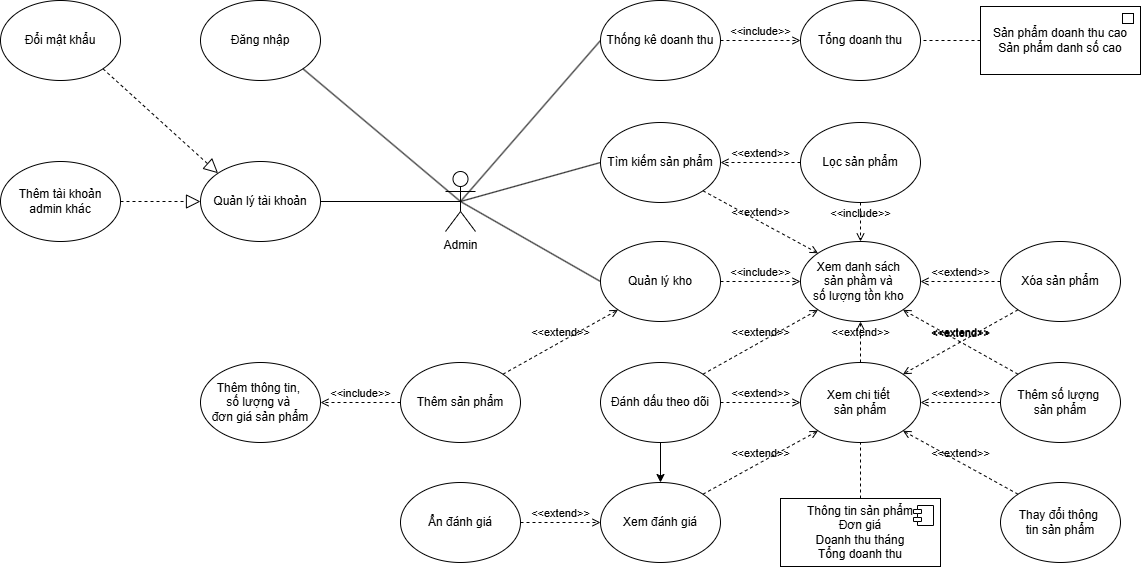
The draw.io diagram SRS/usecase admin website bán hàng.drawio.png in 1tra2016/Basic-project-semester-2-2024-group-1-laptop-and-pc-shop, before a commit. Source tidied: cells renumbered, new cells last; positions are measured from the earlier drawing's top-left corner, leaving out a move shared by most shapes. Source of this version:
```xml
<mxGraphModel>
  <root>
    <mxCell id="0" />
    <mxCell id="1" parent="0" />
    <mxCell id="2" value="Admin&lt;div&gt;&lt;br&gt;&lt;/div&gt;" style="shape=umlActor;verticalLabelPosition=bottom;verticalAlign=top;html=1;outlineConnect=0;" parent="1" vertex="1">
      <mxGeometry x="445" y="171" width="30" height="60" as="geometry" />
    </mxCell>
    <mxCell id="3" value="Xem danh sách&amp;nbsp;&lt;div&gt;sản&amp;nbsp;&lt;span style=&quot;background-color: transparent; color: light-dark(rgb(0, 0, 0), rgb(255, 255, 255));&quot;&gt;phầm và&amp;nbsp;&lt;/span&gt;&lt;/div&gt;&lt;div&gt;&lt;span style=&quot;background-color: transparent; color: light-dark(rgb(0, 0, 0), rgb(255, 255, 255));&quot;&gt;số lượng tồn kho&amp;nbsp;&lt;/span&gt;&lt;/div&gt;" style="ellipse;whiteSpace=wrap;html=1;" parent="1" vertex="1">
      <mxGeometry x="800" y="241" width="120" height="80" as="geometry" />
    </mxCell>
    <mxCell id="4" value="Xem chi tiết&amp;nbsp;&lt;div&gt;sản phẩm&lt;/div&gt;" style="ellipse;whiteSpace=wrap;html=1;" parent="1" vertex="1">
      <mxGeometry x="800" y="362" width="120" height="80" as="geometry" />
    </mxCell>
    <mxCell id="5" value="Tìm kiếm sản phẩm" style="ellipse;whiteSpace=wrap;html=1;" parent="1" vertex="1">
      <mxGeometry x="600" y="122" width="120" height="80" as="geometry" />
    </mxCell>
    <mxCell id="6" value="&amp;lt;&amp;lt;extend&amp;gt;&amp;gt;" style="html=1;verticalAlign=bottom;labelBackgroundColor=none;endArrow=open;endFill=0;dashed=1;rounded=0;entryX=1;entryY=0.5;entryDx=0;entryDy=0;exitX=0;exitY=0.5;exitDx=0;exitDy=0;" parent="1" edge="1" source="7" target="5">
      <mxGeometry relative="1" as="geometry" />
    </mxCell>
    <mxCell id="7" value="Lọc sản phẩm" style="ellipse;whiteSpace=wrap;html=1;" parent="1" vertex="1">
      <mxGeometry x="800" y="122" width="120" height="80" as="geometry" />
    </mxCell>
    <mxCell id="8" value="&amp;lt;&amp;lt;extend&amp;gt;&amp;gt;" style="html=1;verticalAlign=bottom;labelBackgroundColor=none;endArrow=open;endFill=0;dashed=1;rounded=0;entryX=0;entryY=0;entryDx=0;entryDy=0;exitX=1;exitY=1;exitDx=0;exitDy=0;" parent="1" edge="1" source="5" target="3">
      <mxGeometry relative="1" as="geometry" />
    </mxCell>
    <mxCell id="9" value="&amp;lt;&amp;lt;extend&amp;gt;&amp;gt;" style="html=1;verticalAlign=bottom;labelBackgroundColor=none;endArrow=open;endFill=0;dashed=1;rounded=0;entryX=0.5;entryY=1;entryDx=0;entryDy=0;exitX=0.5;exitY=0;exitDx=0;exitDy=0;" parent="1" edge="1" source="4" target="3">
      <mxGeometry relative="1" as="geometry" />
    </mxCell>
    <mxCell id="10" value="Quản lý tài khoản" style="ellipse;whiteSpace=wrap;html=1;" parent="1" vertex="1">
      <mxGeometry x="200" y="161" width="120" height="80" as="geometry" />
    </mxCell>
    <mxCell id="11" value="Đăng nhập" style="ellipse;whiteSpace=wrap;html=1;" parent="1" vertex="1">
      <mxGeometry x="200" width="120" height="80" as="geometry" />
    </mxCell>
    <mxCell id="12" value="Thêm tài khoản admin khác" style="ellipse;whiteSpace=wrap;html=1;" parent="1" vertex="1">
      <mxGeometry y="161" width="120" height="80" as="geometry" />
    </mxCell>
    <mxCell id="13" style="endArrow=block;dashed=1;endFill=0;endSize=12;html=1;rounded=0;exitX=1;exitY=0.5;exitDx=0;exitDy=0;entryX=0;entryY=0.5;entryDx=0;entryDy=0;" parent="1" edge="1" source="12" target="10">
      <mxGeometry relative="1" as="geometry" />
    </mxCell>
    <mxCell id="14" value="Đổi mật khẩu" style="ellipse;whiteSpace=wrap;html=1;" parent="1" vertex="1">
      <mxGeometry width="120" height="80" as="geometry" />
    </mxCell>
    <mxCell id="15" style="endArrow=block;dashed=1;endFill=0;endSize=12;html=1;rounded=0;exitX=1;exitY=1;exitDx=0;exitDy=0;entryX=0;entryY=0;entryDx=0;entryDy=0;" parent="1" edge="1" source="14" target="10">
      <mxGeometry relative="1" as="geometry" />
    </mxCell>
    <mxCell id="16" style="endArrow=none;html=1;rounded=0;exitX=0.5;exitY=0.5;exitDx=0;exitDy=0;exitPerimeter=0;entryX=1;entryY=1;entryDx=0;entryDy=0;" parent="1" edge="1" source="2" target="11">
      <mxGeometry relative="1" as="geometry" />
    </mxCell>
    <mxCell id="17" value="Xem đánh giá" style="ellipse;whiteSpace=wrap;html=1;" parent="1" vertex="1">
      <mxGeometry x="600" y="482" width="120" height="80" as="geometry" />
    </mxCell>
    <mxCell id="18" value="&amp;lt;&amp;lt;extend&amp;gt;&amp;gt;" style="html=1;verticalAlign=bottom;labelBackgroundColor=none;endArrow=open;endFill=0;dashed=1;rounded=0;entryX=0;entryY=1;entryDx=0;entryDy=0;exitX=1;exitY=0;exitDx=0;exitDy=0;" parent="1" edge="1" source="17" target="4">
      <mxGeometry relative="1" as="geometry" />
    </mxCell>
    <mxCell id="19" value="Thêm số lượng&amp;nbsp;&lt;div&gt;sản phẩm&lt;/div&gt;" style="ellipse;whiteSpace=wrap;html=1;" parent="1" vertex="1">
      <mxGeometry x="1000" y="362" width="120" height="80" as="geometry" />
    </mxCell>
    <mxCell id="20" value="Xóa sản phẩm" style="ellipse;whiteSpace=wrap;html=1;" parent="1" vertex="1">
      <mxGeometry x="1000" y="241" width="120" height="80" as="geometry" />
    </mxCell>
    <mxCell id="21" value="&amp;lt;&amp;lt;extend&amp;gt;&amp;gt;" style="html=1;verticalAlign=bottom;labelBackgroundColor=none;endArrow=open;endFill=0;dashed=1;rounded=0;entryX=1;entryY=0;entryDx=0;entryDy=0;exitX=0;exitY=1;exitDx=0;exitDy=0;" parent="1" edge="1" source="20" target="4">
      <mxGeometry relative="1" as="geometry" />
    </mxCell>
    <mxCell id="22" value="&amp;lt;&amp;lt;extend&amp;gt;&amp;gt;" style="html=1;verticalAlign=bottom;labelBackgroundColor=none;endArrow=open;endFill=0;dashed=1;rounded=0;entryX=1;entryY=0.5;entryDx=0;entryDy=0;exitX=0;exitY=0.5;exitDx=0;exitDy=0;" parent="1" edge="1" source="19" target="4">
      <mxGeometry relative="1" as="geometry" />
    </mxCell>
    <mxCell id="23" style="edgeStyle=orthogonalEdgeStyle;rounded=0;jettySize=auto;html=1;" parent="1" edge="1" source="24" target="17">
      <mxGeometry relative="1" as="geometry" />
    </mxCell>
    <mxCell id="24" value="Đánh dấu theo dõi" style="ellipse;whiteSpace=wrap;html=1;" parent="1" vertex="1">
      <mxGeometry x="600" y="362" width="120" height="80" as="geometry" />
    </mxCell>
    <mxCell id="25" value="&amp;lt;&amp;lt;extend&amp;gt;&amp;gt;" style="html=1;verticalAlign=bottom;labelBackgroundColor=none;endArrow=open;endFill=0;dashed=1;rounded=0;entryX=0;entryY=0.5;entryDx=0;entryDy=0;exitX=1;exitY=0.5;exitDx=0;exitDy=0;" parent="1" edge="1" source="24" target="4">
      <mxGeometry relative="1" as="geometry" />
    </mxCell>
    <mxCell id="26" value="Thay đổi thông&amp;nbsp;&lt;div&gt;tin sản phẩm&lt;/div&gt;" style="ellipse;whiteSpace=wrap;html=1;" parent="1" vertex="1">
      <mxGeometry x="1000" y="482" width="120" height="80" as="geometry" />
    </mxCell>
    <mxCell id="27" value="&amp;lt;&amp;lt;extend&amp;gt;&amp;gt;" style="html=1;verticalAlign=bottom;labelBackgroundColor=none;endArrow=open;endFill=0;dashed=1;rounded=0;entryX=1;entryY=1;entryDx=0;entryDy=0;exitX=0;exitY=0;exitDx=0;exitDy=0;" parent="1" edge="1" source="26" target="4">
      <mxGeometry relative="1" as="geometry" />
    </mxCell>
    <mxCell id="28" value="Thông tin sản phẩm&lt;div&gt;Đơn giá&lt;/div&gt;&lt;div&gt;Doanh thu tháng&lt;/div&gt;&lt;div&gt;Tổng doanh thu&lt;/div&gt;" style="html=1;whiteSpace=wrap;" parent="1" vertex="1">
      <mxGeometry x="780" y="498" width="160" height="68" as="geometry" />
    </mxCell>
    <mxCell id="29" style="shape=module;jettyWidth=8;jettyHeight=4;" parent="28" vertex="1">
      <mxGeometry x="1" width="20" height="20" relative="1" as="geometry">
        <mxPoint x="-27" y="7" as="offset" />
      </mxGeometry>
    </mxCell>
    <mxCell id="30" style="endArrow=none;dashed=1;html=1;rounded=0;entryX=0.5;entryY=1;entryDx=0;entryDy=0;exitX=0.5;exitY=0;exitDx=0;exitDy=0;" parent="1" edge="1" source="28" target="4">
      <mxGeometry relative="1" as="geometry" />
    </mxCell>
    <mxCell id="31" value="Thống kê doanh thu" style="ellipse;whiteSpace=wrap;html=1;" parent="1" vertex="1">
      <mxGeometry x="600" width="120" height="80" as="geometry" />
    </mxCell>
    <mxCell id="32" value="Tổng doanh thu" style="ellipse;whiteSpace=wrap;html=1;" parent="1" vertex="1">
      <mxGeometry x="800" width="120" height="80" as="geometry" />
    </mxCell>
    <mxCell id="33" value="&amp;lt;&amp;lt;include&amp;gt;&amp;gt;" style="html=1;verticalAlign=bottom;labelBackgroundColor=none;endArrow=open;endFill=0;dashed=1;rounded=0;exitX=1;exitY=0.5;exitDx=0;exitDy=0;entryX=0;entryY=0.5;entryDx=0;entryDy=0;" parent="1" edge="1" source="31" target="32">
      <mxGeometry relative="1" as="geometry" />
    </mxCell>
    <mxCell id="34" style="endArrow=none;html=1;rounded=0;exitX=0.5;exitY=0.5;exitDx=0;exitDy=0;exitPerimeter=0;entryX=0;entryY=0.5;entryDx=0;entryDy=0;" parent="1" edge="1" source="2" target="31">
      <mxGeometry relative="1" as="geometry" />
    </mxCell>
    <mxCell id="35" value="Sản phẩm doanh thu cao&lt;div&gt;Sản phẩm danh số cao&lt;/div&gt;" style="html=1;whiteSpace=wrap;" parent="1" vertex="1">
      <mxGeometry x="980" y="6" width="160" height="68" as="geometry" />
    </mxCell>
    <mxCell id="36" style="shape=module;jettyWidth=0;jettyHeight=0;" parent="35" vertex="1">
      <mxGeometry x="1" width="11" height="10" relative="1" as="geometry">
        <mxPoint x="-18" y="7" as="offset" />
      </mxGeometry>
    </mxCell>
    <mxCell id="37" value="Quản lý kho" style="ellipse;whiteSpace=wrap;html=1;" parent="1" vertex="1">
      <mxGeometry x="600" y="241" width="120" height="80" as="geometry" />
    </mxCell>
    <mxCell id="38" value="&amp;lt;&amp;lt;include&amp;gt;&amp;gt;" style="html=1;verticalAlign=bottom;labelBackgroundColor=none;endArrow=open;endFill=0;dashed=1;rounded=0;exitX=1;exitY=0.5;exitDx=0;exitDy=0;entryX=0;entryY=0.5;entryDx=0;entryDy=0;" parent="1" edge="1" source="37" target="3">
      <mxGeometry relative="1" as="geometry" />
    </mxCell>
    <mxCell id="39" style="endArrow=none;html=1;rounded=0;exitX=0.5;exitY=0.5;exitDx=0;exitDy=0;exitPerimeter=0;entryX=0;entryY=0.5;entryDx=0;entryDy=0;" parent="1" edge="1" source="2" target="5">
      <mxGeometry relative="1" as="geometry" />
    </mxCell>
    <mxCell id="40" style="endArrow=none;html=1;rounded=0;exitX=0.5;exitY=0.5;exitDx=0;exitDy=0;exitPerimeter=0;entryX=0;entryY=0.5;entryDx=0;entryDy=0;" parent="1" edge="1" source="2" target="37">
      <mxGeometry relative="1" as="geometry" />
    </mxCell>
    <mxCell id="41" value="&amp;lt;&amp;lt;extend&amp;gt;&amp;gt;" style="html=1;verticalAlign=bottom;labelBackgroundColor=none;endArrow=open;endFill=0;dashed=1;rounded=0;entryX=1;entryY=0.5;entryDx=0;entryDy=0;exitX=0;exitY=0.5;exitDx=0;exitDy=0;" parent="1" edge="1" source="20" target="3">
      <mxGeometry relative="1" as="geometry" />
    </mxCell>
    <mxCell id="42" value="&amp;lt;&amp;lt;extend&amp;gt;&amp;gt;" style="html=1;verticalAlign=bottom;labelBackgroundColor=none;endArrow=open;endFill=0;dashed=1;rounded=0;entryX=1;entryY=1;entryDx=0;entryDy=0;exitX=0;exitY=0;exitDx=0;exitDy=0;" parent="1" edge="1" source="19" target="3">
      <mxGeometry relative="1" as="geometry" />
    </mxCell>
    <mxCell id="43" value="&amp;lt;&amp;lt;extend&amp;gt;&amp;gt;" style="html=1;verticalAlign=bottom;labelBackgroundColor=none;endArrow=open;endFill=0;dashed=1;rounded=0;exitX=1;exitY=0;exitDx=0;exitDy=0;entryX=0;entryY=1;entryDx=0;entryDy=0;" parent="1" edge="1" source="24" target="3">
      <mxGeometry relative="1" as="geometry" />
    </mxCell>
    <mxCell id="44" value="&amp;lt;&amp;lt;include&amp;gt;&amp;gt;" style="html=1;verticalAlign=bottom;labelBackgroundColor=none;endArrow=open;endFill=0;dashed=1;rounded=0;exitX=0.5;exitY=1;exitDx=0;exitDy=0;entryX=0.5;entryY=0;entryDx=0;entryDy=0;" parent="1" edge="1" source="7" target="3">
      <mxGeometry relative="1" as="geometry" />
    </mxCell>
    <mxCell id="45" style="endArrow=none;dashed=1;html=1;rounded=0;entryX=1;entryY=0.5;entryDx=0;entryDy=0;exitX=0;exitY=0.5;exitDx=0;exitDy=0;" parent="1" edge="1" source="35" target="32">
      <mxGeometry relative="1" as="geometry" />
    </mxCell>
    <mxCell id="46" style="endArrow=none;html=1;rounded=0;exitX=0.5;exitY=0.5;exitDx=0;exitDy=0;exitPerimeter=0;entryX=1;entryY=0.5;entryDx=0;entryDy=0;" parent="1" edge="1" source="2" target="10">
      <mxGeometry relative="1" as="geometry" />
    </mxCell>
    <mxCell id="47" value="Thêm sản phẩm" style="ellipse;whiteSpace=wrap;html=1;" parent="1" vertex="1">
      <mxGeometry x="400" y="362" width="120" height="80" as="geometry" />
    </mxCell>
    <mxCell id="48" value="&amp;lt;&amp;lt;extend&amp;gt;&amp;gt;" style="html=1;verticalAlign=bottom;labelBackgroundColor=none;endArrow=open;endFill=0;dashed=1;rounded=0;exitX=1;exitY=0;exitDx=0;exitDy=0;entryX=0;entryY=1;entryDx=0;entryDy=0;" parent="1" edge="1" source="47" target="37">
      <mxGeometry relative="1" as="geometry" />
    </mxCell>
    <mxCell id="49" value="Thêm thông tin,&amp;nbsp;&lt;div&gt;số lượng và&amp;nbsp;&lt;/div&gt;&lt;div&gt;đơn&amp;nbsp;&lt;span style=&quot;background-color: transparent; color: light-dark(rgb(0, 0, 0), rgb(255, 255, 255));&quot;&gt;giá&amp;nbsp;&lt;/span&gt;&lt;span style=&quot;background-color: transparent; color: light-dark(rgb(0, 0, 0), rgb(255, 255, 255));&quot;&gt;sản phẩm&lt;/span&gt;&lt;/div&gt;" style="ellipse;whiteSpace=wrap;html=1;" parent="1" vertex="1">
      <mxGeometry x="200" y="362" width="120" height="80" as="geometry" />
    </mxCell>
    <mxCell id="50" value="&amp;lt;&amp;lt;include&amp;gt;&amp;gt;" style="html=1;verticalAlign=bottom;labelBackgroundColor=none;endArrow=open;endFill=0;dashed=1;rounded=0;exitX=0;exitY=0.5;exitDx=0;exitDy=0;entryX=1;entryY=0.5;entryDx=0;entryDy=0;" parent="1" edge="1" source="47" target="49">
      <mxGeometry relative="1" as="geometry" />
    </mxCell>
    <mxCell id="51" value="Ẩn đánh giá" style="ellipse;whiteSpace=wrap;html=1;" parent="1" vertex="1">
      <mxGeometry x="400" y="482" width="120" height="80" as="geometry" />
    </mxCell>
    <mxCell id="52" value="&amp;lt;&amp;lt;extend&amp;gt;&amp;gt;" style="html=1;verticalAlign=bottom;labelBackgroundColor=none;endArrow=open;endFill=0;dashed=1;rounded=0;entryX=0;entryY=0.5;entryDx=0;entryDy=0;exitX=1;exitY=0.5;exitDx=0;exitDy=0;" parent="1" edge="1" source="51" target="17">
      <mxGeometry relative="1" as="geometry" />
    </mxCell>
  </root>
</mxGraphModel>
```
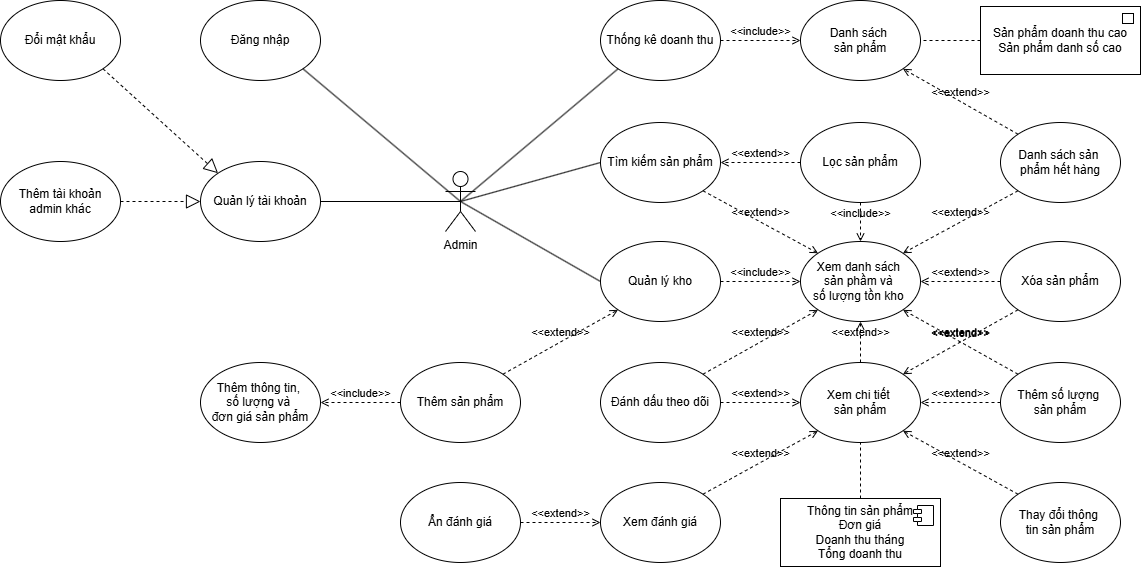
Above is the later version.

Commit message:
flow admin diagram

What changed in the source:
```diff
@@ -65,9 +65,6 @@
     <mxCell id="22" value="&amp;lt;&amp;lt;extend&amp;gt;&amp;gt;" style="html=1;verticalAlign=bottom;labelBackgroundColor=none;endArrow=open;endFill=0;dashed=1;rounded=0;entryX=1;entryY=0.5;entryDx=0;entryDy=0;exitX=0;exitY=0.5;exitDx=0;exitDy=0;" parent="1" edge="1" source="19" target="4">
       <mxGeometry relative="1" as="geometry" />
     </mxCell>
-    <mxCell id="23" style="edgeStyle=orthogonalEdgeStyle;rounded=0;jettySize=auto;html=1;" parent="1" edge="1" source="24" target="17">
-      <mxGeometry relative="1" as="geometry" />
-    </mxCell>
     <mxCell id="24" value="Đánh dấu theo dõi" style="ellipse;whiteSpace=wrap;html=1;" parent="1" vertex="1">
       <mxGeometry x="600" y="362" width="120" height="80" as="geometry" />
     </mxCell>
@@ -94,13 +91,13 @@
     <mxCell id="31" value="Thống kê doanh thu" style="ellipse;whiteSpace=wrap;html=1;" parent="1" vertex="1">
       <mxGeometry x="600" width="120" height="80" as="geometry" />
     </mxCell>
-    <mxCell id="32" value="Tổng doanh thu" style="ellipse;whiteSpace=wrap;html=1;" parent="1" vertex="1">
+    <mxCell id="32" value="Danh sách&amp;nbsp;&lt;div&gt;sản phẩm&lt;/div&gt;" style="ellipse;whiteSpace=wrap;html=1;" parent="1" vertex="1">
       <mxGeometry x="800" width="120" height="80" as="geometry" />
     </mxCell>
     <mxCell id="33" value="&amp;lt;&amp;lt;include&amp;gt;&amp;gt;" style="html=1;verticalAlign=bottom;labelBackgroundColor=none;endArrow=open;endFill=0;dashed=1;rounded=0;exitX=1;exitY=0.5;exitDx=0;exitDy=0;entryX=0;entryY=0.5;entryDx=0;entryDy=0;" parent="1" edge="1" source="31" target="32">
       <mxGeometry relative="1" as="geometry" />
     </mxCell>
-    <mxCell id="34" style="endArrow=none;html=1;rounded=0;exitX=0.5;exitY=0.5;exitDx=0;exitDy=0;exitPerimeter=0;entryX=0;entryY=0.5;entryDx=0;entryDy=0;" parent="1" edge="1" source="2" target="31">
+    <mxCell id="34" style="endArrow=none;html=1;rounded=0;exitX=0.5;exitY=0.5;exitDx=0;exitDy=0;exitPerimeter=0;entryX=0;entryY=1;entryDx=0;entryDy=0;" parent="1" edge="1" source="2" target="31">
       <mxGeometry relative="1" as="geometry" />
     </mxCell>
     <mxCell id="35" value="Sản phẩm doanh thu cao&lt;div&gt;Sản phẩm danh số cao&lt;/div&gt;" style="html=1;whiteSpace=wrap;" parent="1" vertex="1">
@@ -159,5 +156,14 @@
     <mxCell id="52" value="&amp;lt;&amp;lt;extend&amp;gt;&amp;gt;" style="html=1;verticalAlign=bottom;labelBackgroundColor=none;endArrow=open;endFill=0;dashed=1;rounded=0;entryX=0;entryY=0.5;entryDx=0;entryDy=0;exitX=1;exitY=0.5;exitDx=0;exitDy=0;" parent="1" edge="1" source="51" target="17">
       <mxGeometry relative="1" as="geometry" />
     </mxCell>
+    <mxCell id="53" value="Danh sách sản&amp;nbsp;&lt;div&gt;phẩm hết hàng&lt;/div&gt;" style="ellipse;whiteSpace=wrap;html=1;" parent="1" vertex="1">
+      <mxGeometry x="1000" y="122" width="120" height="80" as="geometry" />
+    </mxCell>
+    <mxCell id="54" value="&amp;lt;&amp;lt;extend&amp;gt;&amp;gt;" style="html=1;verticalAlign=bottom;labelBackgroundColor=none;endArrow=open;endFill=0;dashed=1;rounded=0;entryX=1;entryY=1;entryDx=0;entryDy=0;exitX=0;exitY=0;exitDx=0;exitDy=0;" parent="1" edge="1" source="53" target="32">
+      <mxGeometry relative="1" as="geometry" />
+    </mxCell>
+    <mxCell id="55" value="&amp;lt;&amp;lt;extend&amp;gt;&amp;gt;" style="html=1;verticalAlign=bottom;labelBackgroundColor=none;endArrow=open;endFill=0;dashed=1;rounded=0;entryX=1;entryY=0;entryDx=0;entryDy=0;exitX=0;exitY=1;exitDx=0;exitDy=0;" parent="1" edge="1" source="53" target="3">
+      <mxGeometry relative="1" as="geometry" />
+    </mxCell>
   </root>
 </mxGraphModel>
```
